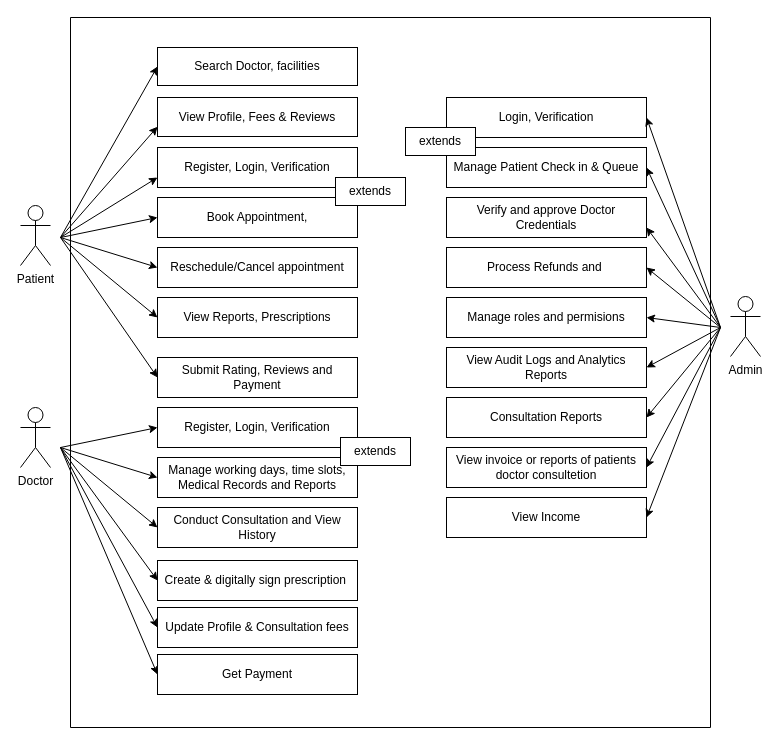
The draw.io diagram usecase.drawio in ashrafulakash467/healthcare-platform, before the edit. Source tidied: cells renumbered, new cells numbered last; positions are measured from the earlier drawing's top-left corner, leaving out a move shared by most shapes. Both pictures are drawn from the tidied source at 100%, with x=0, y=0 at pixel (20, 17).
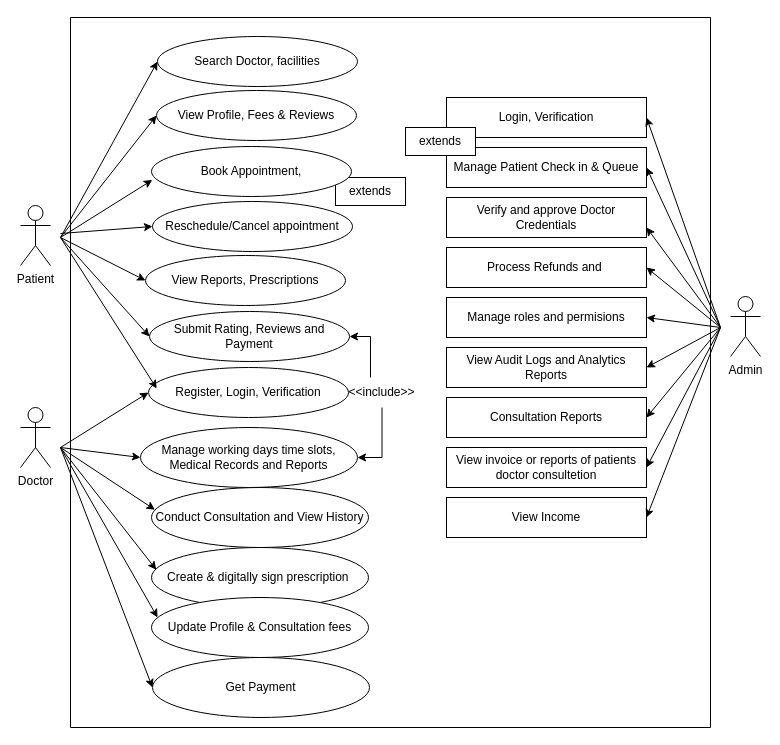
The same diagram, later.

The change refers to these unchanged cells:
```xml
<mxCell id="3" style="swimlane;startSize=0;" parent="1" vertex="1">
  <mxGeometry x="50" width="640" height="710" as="geometry" />
</mxCell>
```

What changed in the source:
```diff
@@
-    <mxCell id="4" value="Search Doctor, facilities" style="rounded=0;whiteSpace=wrap;html=1;" parent="3" vertex="1">
-      <mxGeometry x="87" y="30" width="200" height="38" as="geometry" />
-    </mxCell>
-    <mxCell id="5" value="Register, Login, Verification" style="rounded=0;whiteSpace=wrap;html=1;" parent="3" vertex="1">
-      <mxGeometry x="87" y="130" width="200" height="40" as="geometry" />
-    </mxCell>
-    <mxCell id="6" value="Book Appointment," style="rounded=0;whiteSpace=wrap;html=1;" parent="3" vertex="1">
-      <mxGeometry x="87" y="180" width="200" height="40" as="geometry" />
-    </mxCell>
-    <mxCell id="7" value="Reschedule/Cancel appointment" style="rounded=0;whiteSpace=wrap;html=1;" parent="3" vertex="1">
-      <mxGeometry x="87" y="230" width="200" height="40" as="geometry" />
-    </mxCell>
-    <mxCell id="8" value="View Reports, Prescriptions" style="rounded=0;whiteSpace=wrap;html=1;" parent="3" vertex="1">
-      <mxGeometry x="87" y="280" width="200" height="40" as="geometry" />
-    </mxCell>
-    <mxCell id="9" value="Submit Rating, Reviews and Payment" style="rounded=0;whiteSpace=wrap;html=1;" parent="3" vertex="1">
-      <mxGeometry x="87" y="340" width="200" height="40" as="geometry" />
-    </mxCell>
-    <mxCell id="10" value="Register, Login, Verification" style="rounded=0;whiteSpace=wrap;html=1;" parent="3" vertex="1">
-      <mxGeometry x="87" y="390" width="200" height="40" as="geometry" />
-    </mxCell>
-    <mxCell id="11" value="Manage working days, time slots, Medical Records and Reports" style="rounded=0;whiteSpace=wrap;html=1;" parent="3" vertex="1">
-      <mxGeometry x="87" y="440" width="200" height="40" as="geometry" />
-    </mxCell>
-    <mxCell id="12" value="Conduct Consultation and View History" style="rounded=0;whiteSpace=wrap;html=1;" parent="3" vertex="1">
-      <mxGeometry x="87" y="490" width="200" height="40" as="geometry" />
-    </mxCell>
-    <mxCell id="13" value="View Profile, Fees &amp;amp; Reviews" style="rounded=0;whiteSpace=wrap;html=1;" parent="3" vertex="1">
-      <mxGeometry x="87" y="80" width="200" height="39" as="geometry" />
-    </mxCell>
-    <mxCell id="14" value="Create &amp;amp; digitally sign prescription&amp;nbsp;" style="rounded=0;whiteSpace=wrap;html=1;" parent="3" vertex="1">
-      <mxGeometry x="87" y="543" width="200" height="40" as="geometry" />
-    </mxCell>
-    <mxCell id="15" value="Update Profile &amp;amp; Consultation fees" style="rounded=0;whiteSpace=wrap;html=1;" parent="3" vertex="1">
-      <mxGeometry x="87" y="590" width="200" height="40" as="geometry" />
-    </mxCell>
-    <mxCell id="16" value="Get Payment" style="rounded=0;whiteSpace=wrap;html=1;" parent="3" vertex="1">
-      <mxGeometry x="87" y="637" width="200" height="40" as="geometry" />
-    </mxCell>
@@
-    <mxCell id="26" value="extends" style="rounded=0;whiteSpace=wrap;html=1;" parent="3" vertex="1">
-      <mxGeometry x="270" y="420" width="70" height="28" as="geometry" />
-    </mxCell>
@@
+    <mxCell id="4" value="Search Doctor, facilities" style="ellipse;whiteSpace=wrap;html=1;shapeInside=1;" parent="3" vertex="1">
+      <mxGeometry x="87" y="19" width="200" height="50" as="geometry" />
+    </mxCell>
+    <mxCell id="13" value="View Profile, Fees &amp;amp; Reviews" style="ellipse;whiteSpace=wrap;html=1;shapeInside=1;" parent="3" vertex="1">
+      <mxGeometry x="86" y="73" width="200" height="50" as="geometry" />
+    </mxCell>
+    <mxCell id="6" value="Book Appointment," style="ellipse;whiteSpace=wrap;html=1;shapeInside=1;" parent="3" vertex="1">
+      <mxGeometry x="81" y="129" width="200" height="50" as="geometry" />
+    </mxCell>
+    <mxCell id="7" value="Reschedule/Cancel appointment" style="ellipse;whiteSpace=wrap;html=1;shapeInside=1;" parent="3" vertex="1">
+      <mxGeometry x="82" y="184" width="200" height="50" as="geometry" />
+    </mxCell>
+    <mxCell id="8" value="View Reports, Prescriptions" style="ellipse;whiteSpace=wrap;html=1;shapeInside=1;" parent="3" vertex="1">
+      <mxGeometry x="75" y="238" width="200" height="50" as="geometry" />
+    </mxCell>
+    <mxCell id="9" value="Submit Rating, Reviews and Payment" style="ellipse;whiteSpace=wrap;html=1;shapeInside=1;" parent="3" vertex="1">
+      <mxGeometry x="79" y="294" width="200" height="50" as="geometry" />
+    </mxCell>
+    <mxCell id="53" value="Register, Login, Verification" style="ellipse;whiteSpace=wrap;html=1;shapeInside=1;" parent="3" vertex="1">
+      <mxGeometry x="78" y="350" width="200" height="50" as="geometry" />
+    </mxCell>
+    <mxCell id="54" value="&amp;nbsp;&lt;br&gt;Manage working days time slots, Medical Records and Reports&lt;br&gt;&lt;div&gt;&lt;br/&gt;&lt;/div&gt;" style="ellipse;whiteSpace=wrap;html=1;shapeInside=1;" parent="3" vertex="1">
+      <mxGeometry x="70" y="410" width="217" height="60" as="geometry" />
+    </mxCell>
+    <mxCell id="12" value="Conduct Consultation and View History" style="ellipse;whiteSpace=wrap;html=1;shapeInside=1;" parent="3" vertex="1">
+      <mxGeometry x="81" y="470" width="217" height="60" as="geometry" />
+    </mxCell>
+    <mxCell id="14" value="Create &amp;amp; digitally sign prescription&amp;nbsp;" style="ellipse;whiteSpace=wrap;html=1;shapeInside=1;" parent="3" vertex="1">
+      <mxGeometry x="81" y="530" width="217" height="60" as="geometry" />
+    </mxCell>
+    <mxCell id="15" value="Update Profile &amp;amp; Consultation fees" style="ellipse;whiteSpace=wrap;html=1;shapeInside=1;" parent="3" vertex="1">
+      <mxGeometry x="81" y="580" width="217" height="60" as="geometry" />
+    </mxCell>
+    <mxCell id="16" value="Get Payment" style="ellipse;whiteSpace=wrap;html=1;shapeInside=1;" parent="3" vertex="1">
+      <mxGeometry x="82" y="640" width="217" height="60" as="geometry" />
+    </mxCell>
+    <mxCell id="55" style="edgeStyle=orthogonalEdgeStyle;rounded=0;jettySize=auto;html=1;entryX=1;entryY=0.5;entryDx=0;entryDy=0;" parent="3" edge="1" source="56" target="54">
+      <mxGeometry relative="1" as="geometry" />
+    </mxCell>
+    <mxCell id="56" value="&amp;lt;&amp;lt;include&amp;gt;&amp;gt;" style="text;html=1;whiteSpace=wrap;strokeColor=none;fillColor=none;align=center;verticalAlign=middle;rounded=0;" parent="3" vertex="1">
+      <mxGeometry x="286" y="360" width="51" height="30" as="geometry" />
+    </mxCell>
+    <mxCell id="57" style="edgeStyle=orthogonalEdgeStyle;rounded=0;jettySize=auto;html=1;entryX=1;entryY=0.5;entryDx=0;entryDy=0;" parent="3" edge="1" source="56" target="9">
+      <mxGeometry relative="1" as="geometry">
+        <Array as="points">
+          <mxPoint x="300" y="319" />
+        </Array>
+      </mxGeometry>
+    </mxCell>
@@
-    <mxCell id="33" style="endArrow=classic;html=1;rounded=0;entryX=0;entryY=0.75;entryDx=0;entryDy=0;" parent="1" edge="1" target="13">
+    <mxCell id="33" style="endArrow=classic;html=1;rounded=0;entryX=0;entryY=0.5;entryDx=0;entryDy=0;" parent="1" edge="1" target="13">
       <mxGeometry relative="1" as="geometry">
         <mxPoint x="40" y="220" as="sourcePoint" />
       </mxGeometry>
     </mxCell>
-    <mxCell id="34" style="endArrow=classic;html=1;rounded=0;entryX=0;entryY=0.75;entryDx=0;entryDy=0;" parent="1" edge="1" target="5">
+    <mxCell id="34" style="endArrow=classic;html=1;rounded=0;entryX=0.041;entryY=0.42;entryDx=0;entryDy=0;entryPerimeter=0;" parent="1" edge="1" target="53">
       <mxGeometry relative="1" as="geometry">
         <mxPoint x="40" y="220" as="sourcePoint" />
       </mxGeometry>
     </mxCell>
-    <mxCell id="35" style="endArrow=classic;html=1;rounded=0;entryX=0;entryY=0.5;entryDx=0;entryDy=0;" parent="1" edge="1" target="6">
+    <mxCell id="35" style="endArrow=classic;html=1;rounded=0;entryX=0.004;entryY=0.67;entryDx=0;entryDy=0;entryPerimeter=0;" parent="1" edge="1" target="6">
       <mxGeometry relative="1" as="geometry">
         <mxPoint x="40" y="220" as="sourcePoint" />
       </mxGeometry>
     </mxCell>
     <mxCell id="36" style="endArrow=classic;html=1;rounded=0;entryX=0;entryY=0.5;entryDx=0;entryDy=0;" parent="1" edge="1" target="7">
       <mxGeometry relative="1" as="geometry">
-        <mxPoint x="40" y="220" as="sourcePoint" />
+        <mxPoint x="40" y="216" as="sourcePoint" />
       </mxGeometry>
     </mxCell>
@@
-    <mxCell id="39" style="endArrow=classic;html=1;rounded=0;entryX=0;entryY=0.5;entryDx=0;entryDy=0;" parent="1" edge="1" target="10">
+    <mxCell id="39" style="endArrow=classic;html=1;rounded=0;entryX=0;entryY=0.5;entryDx=0;entryDy=0;" parent="1" edge="1" target="53">
       <mxGeometry relative="1" as="geometry">
         <mxPoint x="40" y="430" as="sourcePoint" />
       </mxGeometry>
     </mxCell>
-    <mxCell id="40" style="endArrow=classic;html=1;rounded=0;entryX=0;entryY=0.5;entryDx=0;entryDy=0;" parent="1" edge="1" target="11">
+    <mxCell id="40" style="endArrow=classic;html=1;rounded=0;entryX=0;entryY=0.5;entryDx=0;entryDy=0;" parent="1" edge="1" target="54">
       <mxGeometry relative="1" as="geometry">
         <mxPoint x="40" y="430" as="sourcePoint" />
       </mxGeometry>
     </mxCell>
-    <mxCell id="41" style="endArrow=classic;html=1;rounded=0;entryX=0;entryY=0.5;entryDx=0;entryDy=0;" parent="1" edge="1" target="12">
+    <mxCell id="41" style="endArrow=classic;html=1;rounded=0;entryX=0.016;entryY=0.371;entryDx=0;entryDy=0;entryPerimeter=0;" parent="1" edge="1" target="12">
       <mxGeometry relative="1" as="geometry">
         <mxPoint x="40" y="430" as="sourcePoint" />
       </mxGeometry>
     </mxCell>
-    <mxCell id="42" style="endArrow=classic;html=1;rounded=0;entryX=0;entryY=0.5;entryDx=0;entryDy=0;" parent="1" edge="1" target="14">
+    <mxCell id="42" style="endArrow=classic;html=1;rounded=0;entryX=0.022;entryY=0.371;entryDx=0;entryDy=0;entryPerimeter=0;" parent="1" edge="1" target="14">
       <mxGeometry relative="1" as="geometry">
         <mxPoint x="40" y="430" as="sourcePoint" />
       </mxGeometry>
     </mxCell>
-    <mxCell id="43" style="endArrow=classic;html=1;rounded=0;entryX=0;entryY=0.5;entryDx=0;entryDy=0;" parent="1" edge="1" target="15">
+    <mxCell id="43" style="endArrow=classic;html=1;rounded=0;entryX=0.028;entryY=0.333;entryDx=0;entryDy=0;entryPerimeter=0;" parent="1" edge="1" target="15">
       <mxGeometry relative="1" as="geometry">
         <mxPoint x="40" y="430" as="sourcePoint" />
       </mxGeometry>
     </mxCell>
```
